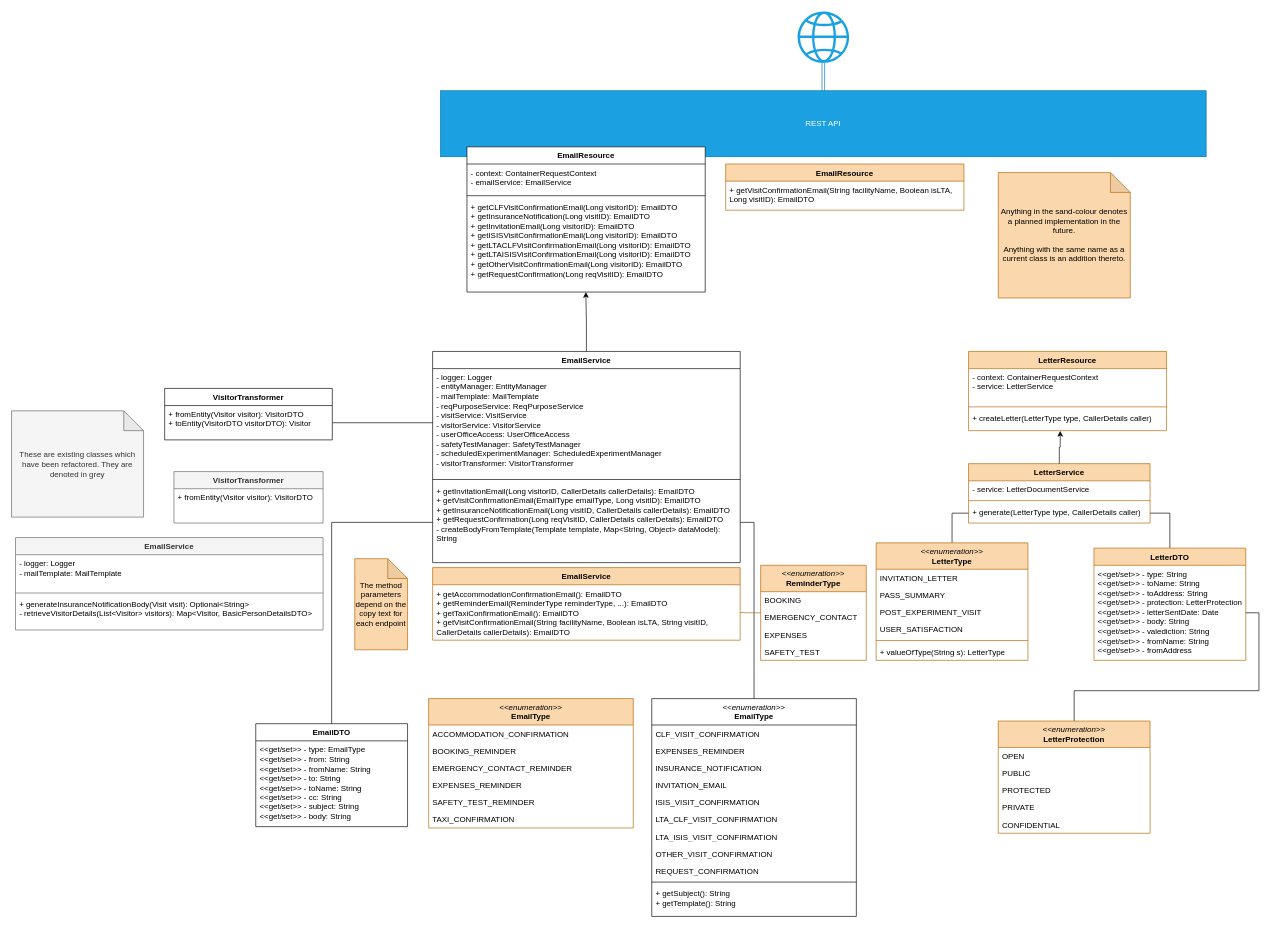
The draw.io diagram Document generation class diagram.drawio in ambolt314/FinalProjectDesign, before the edit. Source tidied: cells renumbered, new cells numbered last; positions are measured from the earlier drawing's top-left corner, leaving out a move shared by most shapes. Both pictures are drawn from the tidied source at 66%, with x=0, y=0 at pixel (11, 11).
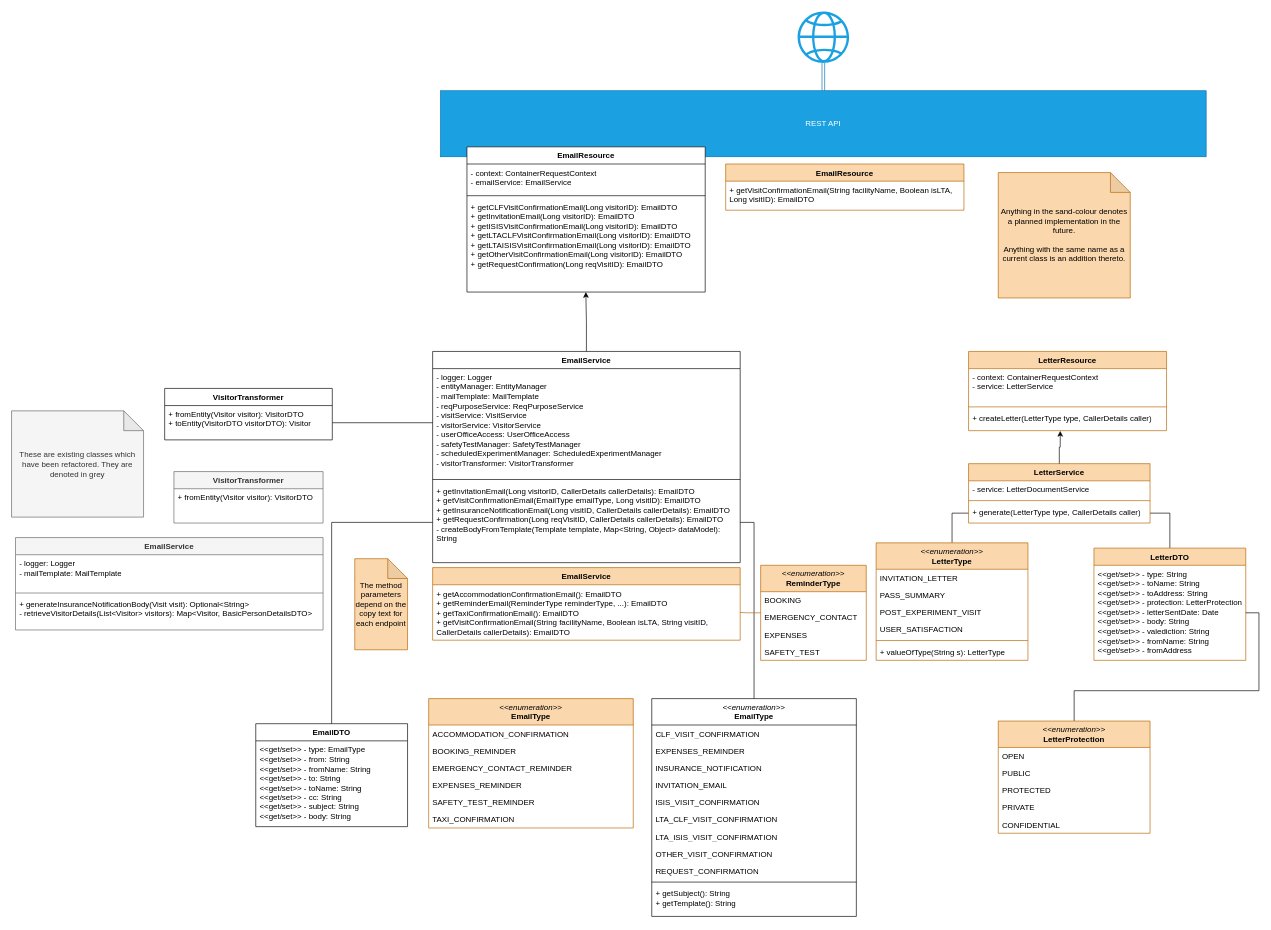
The same diagram, later.

Commit message:
Removed insurance notification resource

The change refers to these unchanged cells:
```xml
<mxCell id="3" value="EmailResource" style="swimlane;fontStyle=1;align=center;verticalAlign=top;horizontal=1;startSize=26;whiteSpace=wrap;html=1;" parent="1" vertex="1">
  <mxGeometry x="690" y="205" width="361" height="220" as="geometry" />
</mxCell>
```

Change to the diagram source:
```diff
@@
-    <mxCell id="6" value="&lt;div&gt;&lt;div&gt;+ getCLFVisitConfirmationEmail(Long visitorID): EmailDTO&lt;/div&gt;&lt;/div&gt;&lt;div&gt;&lt;span style=&quot;background-color: initial;&quot;&gt;+ getInsuranceNotification(Long visitID): EmailDTO&lt;br&gt;&lt;/span&gt;&lt;/div&gt;&lt;div&gt;&lt;span style=&quot;background-color: initial;&quot;&gt;+ getInvitationEmail(Long visitorID): EmailDTO&lt;/span&gt;&lt;br&gt;&lt;/div&gt;&lt;div&gt;+ getISISVisitConfirmationEmail(Long visitorID): EmailDTO&lt;/div&gt;&lt;div&gt;+ getLTACLFVisitConfirmationEmail(Long visitorID): EmailDTO&lt;/div&gt;&lt;div&gt;+ getLTAISISVisitConfirmationEmail(Long visitorID): EmailDTO&lt;br&gt;&lt;/div&gt;&lt;div&gt;+ getOtherVisitConfirmationEmail(Long visitorID): EmailDTO&lt;/div&gt;&lt;div&gt;+ getRequestConfirmation(Long reqVisitID): EmailDTO&lt;br&gt;&lt;/div&gt;" style="text;strokeColor=none;fillColor=none;align=left;verticalAlign=top;spacingLeft=4;spacingRight=4;overflow=hidden;points=[[0,0.5],[1,0.5]];portConstraint=eastwest;whiteSpace=wrap;html=1;" parent="3" vertex="1">
+    <mxCell id="6" value="&lt;div&gt;&lt;div&gt;+ getCLFVisitConfirmationEmail(Long visitorID): EmailDTO&lt;/div&gt;&lt;/div&gt;&lt;div&gt;&lt;span style=&quot;background-color: initial;&quot;&gt;+ getInvitationEmail(Long visitorID): EmailDTO&lt;/span&gt;&lt;br&gt;&lt;/div&gt;&lt;div&gt;+ getISISVisitConfirmationEmail(Long visitorID): EmailDTO&lt;/div&gt;&lt;div&gt;+ getLTACLFVisitConfirmationEmail(Long visitorID): EmailDTO&lt;/div&gt;&lt;div&gt;+ getLTAISISVisitConfirmationEmail(Long visitorID): EmailDTO&lt;br&gt;&lt;/div&gt;&lt;div&gt;+ getOtherVisitConfirmationEmail(Long visitorID): EmailDTO&lt;/div&gt;&lt;div&gt;+ getRequestConfirmation(Long reqVisitID): EmailDTO&lt;br&gt;&lt;/div&gt;" style="text;strokeColor=none;fillColor=none;align=left;verticalAlign=top;spacingLeft=4;spacingRight=4;overflow=hidden;points=[[0,0.5],[1,0.5]];portConstraint=eastwest;whiteSpace=wrap;html=1;" parent="3" vertex="1">
       <mxGeometry y="78" width="361" height="142" as="geometry" />
     </mxCell>
```
